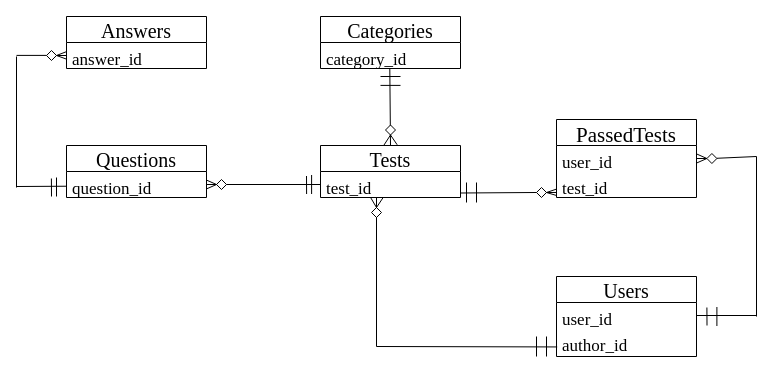
Before: page "Page-2" (2 of 2) of Untitled Diagram.drawio in Bykanir/ruby_on_rails, a draw.io diagram. Source tidied: cells renumbered, new cells numbered last; positions are measured from the earlier drawing's top-left corner, leaving out a move shared by most shapes. Both pictures are drawn from the tidied source at 100%, with x=0, y=0 at pixel (16, 16).
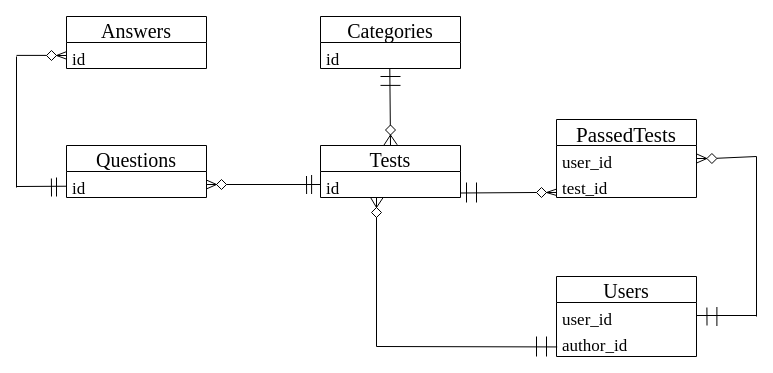
The same diagram, later.

The change refers to these unchanged cells:
```xml
<mxCell id="2" value="Categories" style="swimlane;fontStyle=0;horizontal=1;startSize=26;fillColor=none;fontFamily=Times New Roman;fontSize=20;" parent="1" vertex="1">
  <mxGeometry x="304" width="140" height="52" as="geometry" />
</mxCell>
<mxCell id="4" value="Answers" style="swimlane;fontStyle=0;horizontal=1;startSize=26;fillColor=none;fontFamily=Times New Roman;fontSize=20;" parent="1" vertex="1">
  <mxGeometry x="50" width="140" height="52" as="geometry" />
</mxCell>
<mxCell id="9" value="Tests" style="swimlane;fontStyle=0;horizontal=1;startSize=26;fillColor=none;fontFamily=Times New Roman;fontSize=20;" parent="1" vertex="1">
  <mxGeometry x="304" y="129" width="140" height="52" as="geometry" />
</mxCell>
<mxCell id="14" value="Questions" style="swimlane;fontStyle=0;horizontal=1;startSize=26;fillColor=none;fontFamily=Times New Roman;fontSize=20;" parent="1" vertex="1">
  <mxGeometry x="50" y="129" width="140" height="52" as="geometry" />
</mxCell>
```

The edit, as a diff of the source:
```diff
@@
-    <mxCell id="3" value="category_id" style="text;strokeColor=none;fillColor=none;align=left;verticalAlign=top;spacingLeft=4;spacingRight=4;overflow=hidden;points=[[0,0.5],[1,0.5]];portConstraint=eastwest;fontFamily=Times New Roman;fontSize=17;" parent="2" vertex="1">
+    <mxCell id="3" value="id" style="text;strokeColor=none;fillColor=none;align=left;verticalAlign=top;spacingLeft=4;spacingRight=4;overflow=hidden;points=[[0,0.5],[1,0.5]];portConstraint=eastwest;fontFamily=Times New Roman;fontSize=17;" parent="2" vertex="1">
       <mxGeometry y="26" width="140" height="26" as="geometry" />
     </mxCell>
@@
-    <mxCell id="5" value="answer_id" style="text;strokeColor=none;fillColor=none;align=left;verticalAlign=top;spacingLeft=4;spacingRight=4;overflow=hidden;points=[[0,0.5],[1,0.5]];portConstraint=eastwest;fontFamily=Times New Roman;fontSize=17;" parent="4" vertex="1">
+    <mxCell id="5" value="id" style="text;strokeColor=none;fillColor=none;align=left;verticalAlign=top;spacingLeft=4;spacingRight=4;overflow=hidden;points=[[0,0.5],[1,0.5]];portConstraint=eastwest;fontFamily=Times New Roman;fontSize=17;" parent="4" vertex="1">
       <mxGeometry y="26" width="140" height="26" as="geometry" />
     </mxCell>
@@
-    <mxCell id="10" value="test_id" style="text;strokeColor=none;fillColor=none;align=left;verticalAlign=top;spacingLeft=4;spacingRight=4;overflow=hidden;points=[[0,0.5],[1,0.5]];portConstraint=eastwest;fontFamily=Times New Roman;fontSize=17;" parent="9" vertex="1">
+    <mxCell id="10" value="id" style="text;strokeColor=none;fillColor=none;align=left;verticalAlign=top;spacingLeft=4;spacingRight=4;overflow=hidden;points=[[0,0.5],[1,0.5]];portConstraint=eastwest;fontFamily=Times New Roman;fontSize=17;" parent="9" vertex="1">
       <mxGeometry y="26" width="140" height="26" as="geometry" />
     </mxCell>
@@
-    <mxCell id="15" value="question_id" style="text;strokeColor=none;fillColor=none;align=left;verticalAlign=top;spacingLeft=4;spacingRight=4;overflow=hidden;points=[[0,0.5],[1,0.5]];portConstraint=eastwest;fontFamily=Times New Roman;fontSize=17;" parent="14" vertex="1">
+    <mxCell id="15" value="id" style="text;strokeColor=none;fillColor=none;align=left;verticalAlign=top;spacingLeft=4;spacingRight=4;overflow=hidden;points=[[0,0.5],[1,0.5]];portConstraint=eastwest;fontFamily=Times New Roman;fontSize=17;" parent="14" vertex="1">
       <mxGeometry y="26" width="140" height="26" as="geometry" />
     </mxCell>
```
